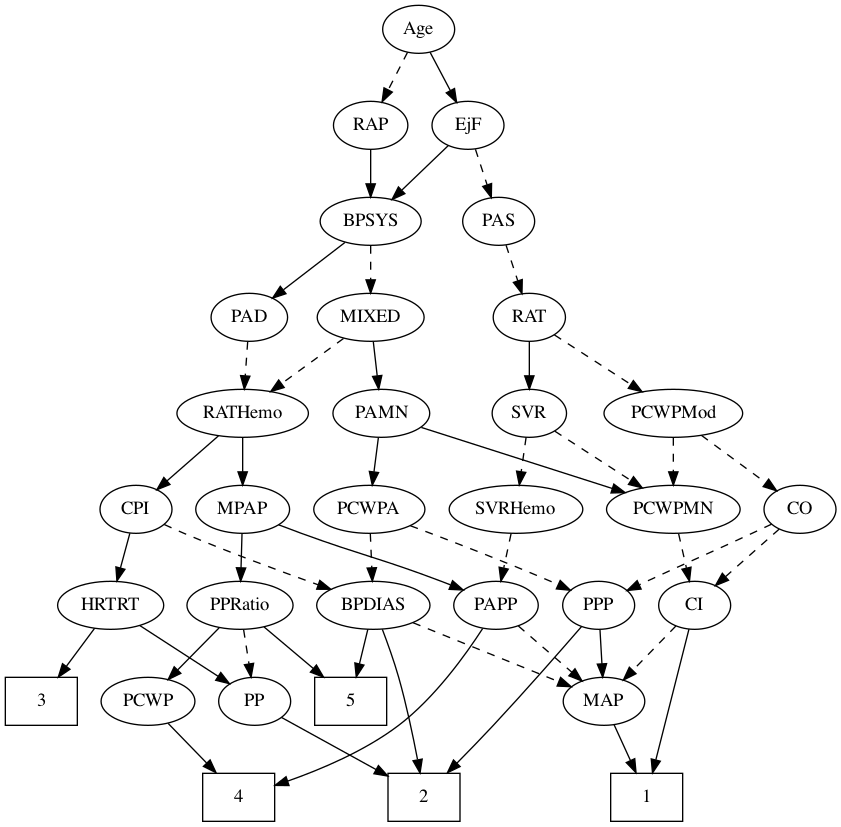
Before: TreeFiles/TreeTraining/tree3v0.png, a diagram exported from Graphviz (jozieLamp/CARNA). Its source is kept beside it as TreeFiles/TreeTraining/tree3v0.dot.
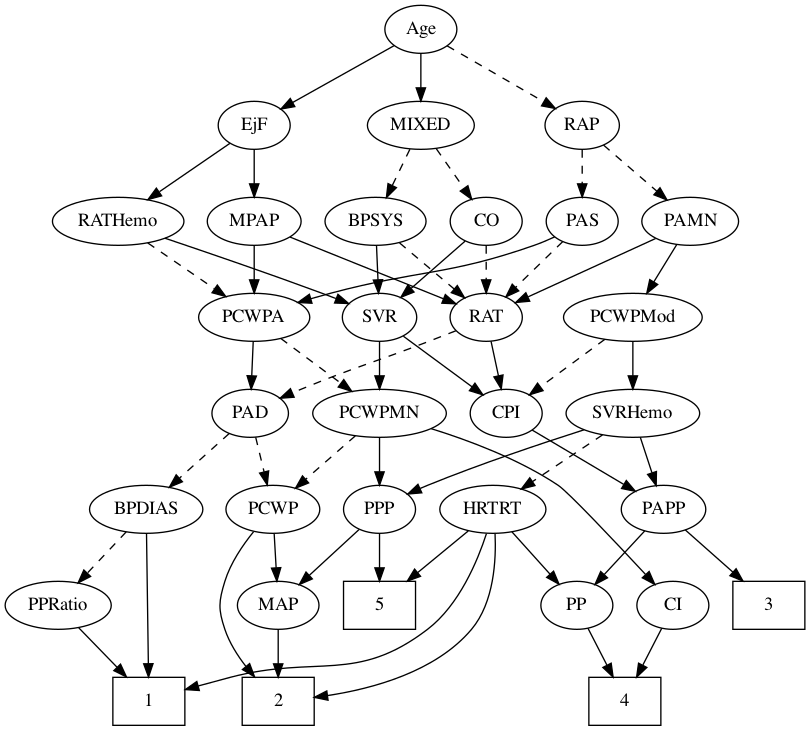
The same file after the commit.

Diff of the diagram source:
```diff
@@ -1,203 +1,217 @@
 strict digraph {
-	graph [bb="0,0,623,612"];
+	graph [bb="0,0,599.65,540"];
 	node [label="\N"];
 	1	[height=0.5,
-		pos="481,18",
+		pos="107.65,18",
 		shape=box,
 		width=0.75];
 	2	[height=0.5,
-		pos="314,18",
+		pos="204.65,18",
 		shape=box,
 		width=0.75];
 	3	[height=0.5,
-		pos="27,90",
+		pos="572.65,90",
 		shape=box,
 		width=0.75];
 	4	[height=0.5,
-		pos="175,18",
+		pos="464.65,18",
 		shape=box,
 		width=0.75];
 	5	[height=0.5,
-		pos="259,90",
+		pos="280.65,90",
 		shape=box,
 		width=0.75];
 	Age	[height=0.5,
-		pos="310,594",
+		pos="311.65,522",
 		width=0.75];
 	EjF	[height=0.5,
-		pos="347,522",
+		pos="186.65,450",
 		width=0.75];
-	Age -> EjF	[pos="e,338.46,539.15 318.58,576.76 323.06,568.28 328.65,557.71 333.68,548.2",
+	Age -> EjF	[pos="e,206.68,462.22 291.56,509.75 270.97,498.22 238.75,480.18 215.44,467.12",
 		style=solid];
 	RAP	[height=0.5,
-		pos="274,522",
+		pos="432.65,450",
 		width=0.77632];
-	Age -> RAP	[pos="e,282.55,539.63 301.65,576.76 297.35,568.4 292.01,558.02 287.17,548.61",
+	Age -> RAP	[pos="e,412.54,462.63 331.36,509.6 351.01,498.22 381.43,480.63 403.8,467.69",
+		style=dashed];
+	MIXED	[height=0.5,
+		pos="311.65,450",
+		width=1.1193];
+	Age -> MIXED	[pos="e,311.65,468.1 311.65,503.7 311.65,495.98 311.65,486.71 311.65,478.11",
+		style=solid];
+	MPAP	[height=0.5,
+		pos="186.65,378",
+		width=0.97491];
+	EjF -> MPAP	[pos="e,186.65,396.1 186.65,431.7 186.65,423.98 186.65,414.71 186.65,406.11",
+		style=solid];
+	RATHemo	[height=0.5,
+		pos="84.646,378",
+		width=1.3721];
+	EjF -> RATHemo	[pos="e,107,394.34 168.41,436.49 153.77,426.44 132.89,412.11 115.63,400.27",
+		style=solid];
+	PAS	[height=0.5,
+		pos="432.65,378",
+		width=0.75];
+	RAP -> PAS	[pos="e,432.65,396.1 432.65,431.7 432.65,423.98 432.65,414.71 432.65,406.11",
+		style=dashed];
+	PAMN	[height=0.5,
+		pos="513.65,378",
+		width=1.011];
+	RAP -> PAMN	[pos="e,496.27,394.01 448.65,435.17 460.03,425.34 475.54,411.93 488.55,400.69",
 		style=dashed];
 	BPSYS	[height=0.5,
-		pos="274,450",
+		pos="277.65,378",
 		width=1.0471];
-	EjF -> BPSYS	[pos="e,290.02,466.36 332.23,506.83 322.28,497.29 308.94,484.5 297.53,473.57",
-		style=solid];
-	PAS	[height=0.5,
-		pos="370,450",
-		width=0.75];
-	EjF -> PAS	[pos="e,364.48,467.79 352.57,504.05 355.2,496.06 358.39,486.33 361.33,477.4",
-		style=dashed];
-	RAP -> BPSYS	[pos="e,274,468.1 274,503.7 274,495.98 274,486.71 274,478.11",
-		style=solid];
-	MIXED	[height=0.5,
-		pos="274,378",
-		width=1.1193];
-	PAMN	[height=0.5,
-		pos="282,306",
-		width=1.011];
-	MIXED -> PAMN	[pos="e,280.05,324.1 275.98,359.7 276.86,351.98 277.92,342.71 278.9,334.11",
-		style=solid];
-	RATHemo	[height=0.5,
-		pos="178,306",
-		width=1.3721];
-	MIXED -> RATHemo	[pos="e,198.99,322.31 253.64,362.15 240.21,352.36 222.39,339.37 207.42,328.45",
-		style=dashed];
-	MPAP	[height=0.5,
-		pos="178,234",
-		width=0.97491];
-	PPRatio	[height=0.5,
-		pos="176,162",
-		width=1.1013];
-	MPAP -> PPRatio	[pos="e,176.49,180.1 177.51,215.7 177.29,207.98 177.02,198.71 176.77,190.11",
-		style=solid];
-	PAPP	[height=0.5,
-		pos="368,162",
-		width=0.88464];
-	MPAP -> PAPP	[pos="e,343.38,173.5 204.93,222.41 210.56,220.25 216.46,218.02 222,216 268.35,199.11 280.86,197.46 327,180 329.25,179.15 331.56,178.25 \
-333.88,177.33",
-		style=solid];
-	BPSYS -> MIXED	[pos="e,274,396.1 274,431.7 274,423.98 274,414.71 274,406.11",
-		style=dashed];
-	PAD	[height=0.5,
-		pos="183,378",
-		width=0.79437];
-	BPSYS -> PAD	[pos="e,200.42,392.4 254.7,434.15 241.27,423.82 223.21,409.93 208.58,398.68",
-		style=solid];
-	PAD -> RATHemo	[pos="e,179.22,324.1 181.76,359.7 181.21,351.98 180.55,342.71 179.94,334.11",
+	MIXED -> BPSYS	[pos="e,285.8,395.79 303.42,432.05 299.45,423.89 294.6,413.91 290.19,404.82",
 		style=dashed];
 	CO	[height=0.5,
-		pos="596,234",
+		pos="360.65,378",
 		width=0.75];
+	MIXED -> CO	[pos="e,349.79,394.51 323.26,432.41 329.41,423.62 337.08,412.66 343.87,402.96",
+		style=dashed];
+	RAT	[height=0.5,
+		pos="360.65,306",
+		width=0.75827];
+	MPAP -> RAT	[pos="e,337.97,316.12 213.45,366.22 244.38,353.77 295.22,333.32 328.31,320.01",
+		style=solid];
+	PCWPA	[height=0.5,
+		pos="186.65,306",
+		width=1.1555];
+	MPAP -> PCWPA	[pos="e,186.65,324.1 186.65,359.7 186.65,351.98 186.65,342.71 186.65,334.11",
+		style=solid];
+	BPSYS -> RAT	[pos="e,344.36,320.74 295.66,361.81 307.66,351.69 323.57,338.27 336.65,327.24",
+		style=dashed];
+	SVR	[height=0.5,
+		pos="280.65,306",
+		width=0.77632];
+	BPSYS -> SVR	[pos="e,279.91,324.1 278.39,359.7 278.72,351.98 279.12,342.71 279.48,334.11",
+		style=solid];
+	PAD	[height=0.5,
+		pos="183.65,234",
+		width=0.79437];
+	BPDIAS	[height=0.5,
+		pos="105.65,162",
+		width=1.1735];
+	PAD -> BPDIAS	[pos="e,123.04,178.61 167.86,218.83 157.2,209.27 142.9,196.43 130.69,185.48",
+		style=dashed];
+	PCWP	[height=0.5,
+		pos="200.65,162",
+		width=0.97491];
+	PAD -> PCWP	[pos="e,196.45,180.28 187.76,216.05 189.65,208.26 191.95,198.82 194.07,190.08",
+		style=dashed];
+	CO -> RAT	[pos="e,360.65,324.1 360.65,359.7 360.65,351.98 360.65,342.71 360.65,334.11",
+		style=dashed];
+	CO -> SVR	[pos="e,296.69,321.04 344.84,363.17 333.3,353.07 317.46,339.21 304.4,327.79",
+		style=solid];
+	PAS -> RAT	[pos="e,375.44,321.38 418.08,362.83 407.9,352.94 394.12,339.55 382.62,328.36",
+		style=dashed];
+	PAS -> PCWPA	[pos="e,219.41,317.13 412.02,366.35 407.07,364.05 401.74,361.78 396.65,360 330.7,336.96 311.15,341.99 243.65,324 238.97,322.75 234.09,\
+321.39 229.24,320",
+		style=solid];
+	PAMN -> RAT	[pos="e,382.75,317.11 487.69,365.13 461.3,353.05 420.39,334.34 392.16,321.42",
+		style=solid];
+	PCWPMod	[height=0.5,
+		pos="470.65,306",
+		width=1.4443];
+	PAMN -> PCWPMod	[pos="e,481.06,323.96 503.46,360.41 498.34,352.08 492.02,341.8 486.3,332.49",
+		style=solid];
+	RATHemo -> SVR	[pos="e,257.51,316.36 119.74,365.32 150.85,354.86 197.45,338.9 237.65,324 240.98,322.76 244.46,321.44 247.91,320.11",
+		style=solid];
+	RATHemo -> PCWPA	[pos="e,165.26,321.68 106.78,361.81 121.41,351.77 140.77,338.48 156.77,327.5",
+		style=dashed];
+	CPI	[height=0.5,
+		pos="375.65,234",
+		width=0.75];
+	PAPP	[height=0.5,
+		pos="493.65,162",
+		width=0.88464];
+	CPI -> PAPP	[pos="e,472.54,175.52 395.13,221.44 413.8,210.36 442.25,193.49 463.78,180.72",
+		style=solid];
+	RAT -> PAD	[pos="e,206.05,245.3 337.91,295.93 331.38,293.34 324.24,290.54 317.65,288 275.12,271.62 263.8,269.31 221.65,252 219.58,251.15 217.46,250.26 \
+215.33,249.35",
+		style=dashed];
+	RAT -> CPI	[pos="e,371.94,252.28 364.28,288.05 365.95,280.26 367.97,270.82 369.84,262.08",
+		style=solid];
+	SVR -> CPI	[pos="e,358.18,247.87 298.52,291.83 313.07,281.11 333.81,265.83 350.11,253.82",
+		style=solid];
+	PCWPMN	[height=0.5,
+		pos="280.65,234",
+		width=1.3902];
+	SVR -> PCWPMN	[pos="e,280.65,252.1 280.65,287.7 280.65,279.98 280.65,270.71 280.65,262.11",
+		style=solid];
+	PCWPMod -> CPI	[pos="e,393.17,247.91 449.56,289.46 435.4,279.03 416.64,265.2 401.56,254.09",
+		style=dashed];
+	SVRHemo	[height=0.5,
+		pos="470.65,234",
+		width=1.3902];
+	PCWPMod -> SVRHemo	[pos="e,470.65,252.1 470.65,287.7 470.65,279.98 470.65,270.71 470.65,262.11",
+		style=solid];
+	PCWPA -> PAD	[pos="e,184.38,252.1 185.9,287.7 185.57,279.98 185.18,270.71 184.81,262.11",
+		style=solid];
+	PCWPA -> PCWPMN	[pos="e,259.76,250.55 206.58,290.15 219.65,280.43 236.94,267.54 251.54,256.68",
+		style=dashed];
 	PPP	[height=0.5,
-		pos="445,162",
+		pos="280.65,162",
 		width=0.75];
-	CO -> PPP	[pos="e,466.3,173.12 574.7,222.88 569.87,220.61 564.77,218.21 560,216 525,199.76 516,196.24 481,180 479.21,179.17 477.38,178.32 475.53,\
-177.45",
+	PCWPMN -> PPP	[pos="e,280.65,180.1 280.65,215.7 280.65,207.98 280.65,198.71 280.65,190.11",
+		style=solid];
+	PCWPMN -> PCWP	[pos="e,217.63,177.86 262.49,217.12 251.45,207.45 237.2,194.99 225.17,184.46",
 		style=dashed];
 	CI	[height=0.5,
-		pos="517,162",
+		pos="500.65,90",
 		width=0.75];
-	CO -> CI	[pos="e,532.58,176.8 580.39,219.17 568.92,209.01 553.15,195.03 540.21,183.56",
+	PCWPMN -> CI	[pos="e,487.09,105.69 319.43,222.49 347.39,213.8 385.22,199.68 414.65,180 422.18,174.96 457.15,137.9 480.11,113.22",
+		style=solid];
+	SVRHemo -> PPP	[pos="e,301.8,173.46 434.14,221.68 402.67,211.64 356.2,196.09 316.65,180 314.82,179.26 312.96,178.47 311.08,177.66",
+		style=solid];
+	SVRHemo -> PAPP	[pos="e,488.13,179.79 476.21,216.05 478.84,208.06 482.04,198.33 484.97,189.4",
+		style=solid];
+	HRTRT	[height=0.5,
+		pos="365.65,162",
+		width=1.1013];
+	SVRHemo -> HRTRT	[pos="e,386.95,177.21 447.86,217.81 432.45,207.54 411.95,193.87 395.28,182.75",
 		style=dashed];
-	RAT	[height=0.5,
-		pos="393,378",
-		width=0.75827];
-	PAS -> RAT	[pos="e,387.48,395.79 375.57,432.05 378.2,424.06 381.39,414.33 384.33,405.4",
+	BPDIAS -> 1	[pos="e,107.4,36.189 105.89,143.87 106.23,119.67 106.85,75.211 107.26,46.393",
+		style=solid];
+	PPRatio	[height=0.5,
+		pos="39.646,90",
+		width=1.1013];
+	BPDIAS -> PPRatio	[pos="e,54.564,106.82 90.67,145.12 82.063,135.99 71.096,124.36 61.537,114.22",
 		style=dashed];
-	PCWPA	[height=0.5,
-		pos="273,234",
-		width=1.1555];
-	PAMN -> PCWPA	[pos="e,275.2,252.1 279.78,287.7 278.78,279.98 277.59,270.71 276.49,262.11",
-		style=solid];
-	PCWPMN	[height=0.5,
-		pos="501,234",
-		width=1.3902];
-	PAMN -> PCWPMN	[pos="e,464.83,246.56 311.99,295.41 348.94,283.6 412.1,263.41 455.15,249.65",
-		style=solid];
-	RATHemo -> MPAP	[pos="e,178,252.1 178,287.7 178,279.98 178,270.71 178,262.11",
-		style=solid];
-	CPI	[height=0.5,
-		pos="98,234",
-		width=0.75];
-	RATHemo -> CPI	[pos="e,113.65,248.7 159.85,289.12 148.43,279.12 133.58,266.13 121.29,255.38",
-		style=solid];
-	BPDIAS	[height=0.5,
-		pos="276,162",
-		width=1.1735];
-	CPI -> BPDIAS	[pos="e,244.12,174.04 119.19,222.63 124.02,220.37 129.16,218.04 134,216 167.4,201.91 205.97,187.64 234.48,177.46",
-		style=dashed];
-	HRTRT	[height=0.5,
-		pos="79,162",
-		width=1.1013];
-	CPI -> HRTRT	[pos="e,83.689,180.28 93.401,216.05 91.285,208.26 88.723,198.82 86.35,190.08",
-		style=solid];
-	SVR	[height=0.5,
-		pos="393,306",
-		width=0.77632];
-	RAT -> SVR	[pos="e,393,324.1 393,359.7 393,351.98 393,342.71 393,334.11",
-		style=solid];
-	PCWPMod	[height=0.5,
-		pos="501,306",
-		width=1.4443];
-	RAT -> PCWPMod	[pos="e,477.51,322.23 411.81,364.81 427.57,354.59 450.4,339.79 469.02,327.73",
-		style=dashed];
-	SVR -> PCWPMN	[pos="e,477.62,250.16 412.06,292.65 427.85,282.41 450.62,267.66 469.17,255.63",
-		style=dashed];
-	SVRHemo	[height=0.5,
-		pos="383,234",
-		width=1.3902];
-	SVR -> SVRHemo	[pos="e,385.47,252.28 390.58,288.05 389.48,280.35 388.15,271.03 386.91,262.36",
-		style=dashed];
-	PCWPMod -> CO	[pos="e,578.48,247.91 522.08,289.46 536.25,279.03 555.01,265.2 570.09,254.09",
-		style=dashed];
-	PCWPMod -> PCWPMN	[pos="e,501,252.1 501,287.7 501,279.98 501,270.71 501,262.11",
-		style=dashed];
-	PCWPA -> BPDIAS	[pos="e,275.27,180.1 273.74,215.7 274.07,207.98 274.47,198.71 274.84,190.11",
-		style=dashed];
-	PCWPA -> PPP	[pos="e,423.79,173.31 303.76,221.71 331.49,211.37 373.27,195.38 409,180 410.81,179.22 412.66,178.41 414.53,177.57",
-		style=dashed];
-	PCWPMN -> CI	[pos="e,513.09,180.1 504.96,215.7 506.72,207.98 508.84,198.71 510.8,190.11",
-		style=dashed];
-	SVRHemo -> PAPP	[pos="e,371.67,180.1 379.29,215.7 377.64,207.98 375.65,198.71 373.81,190.11",
-		style=dashed];
-	BPDIAS -> 2	[pos="e,311.03,36.229 282.75,144 286.68,133.7 291.52,120.22 295,108 300.8,87.613 305.74,64.152 309.13,46.438",
-		style=solid];
-	BPDIAS -> 5	[pos="e,263.2,108.28 271.88,144.05 269.99,136.26 267.7,126.82 265.58,118.08",
-		style=solid];
 	MAP	[height=0.5,
-		pos="449,90",
+		pos="204.65,90",
 		width=0.84854];
-	BPDIAS -> MAP	[pos="e,424.4,100.95 305.74,148.97 336.12,136.67 383.22,117.61 415.05,104.74",
-		style=dashed];
-	MAP -> 1	[pos="e,473.02,36.447 456.58,72.411 460.22,64.454 464.67,54.722 468.77,45.756",
+	MAP -> 2	[pos="e,204.65,36.104 204.65,71.697 204.65,63.983 204.65,54.712 204.65,46.112",
 		style=solid];
 	PP	[height=0.5,
-		pos="187,90",
+		pos="428.65,90",
 		width=0.75];
-	PP -> 2	[pos="e,286.88,33.948 207.12,77.908 226.14,67.426 255.1,51.463 278.08,38.797",
+	PP -> 4	[pos="e,455.84,36.124 437,72.765 441.19,64.611 446.37,54.529 451.12,45.307",
 		style=solid];
-	PPP -> 2	[pos="e,331.56,36.453 432.08,145.99 416.62,128.14 389.82,97.526 366,72 357.2,62.576 347.35,52.427 338.6,43.558",
+	PPP -> 5	[pos="e,280.65,108.1 280.65,143.7 280.65,135.98 280.65,126.71 280.65,118.11",
 		style=solid];
-	PPP -> MAP	[pos="e,448.02,108.1 445.99,143.7 446.43,135.98 446.96,126.71 447.45,118.11",
+	PPP -> MAP	[pos="e,220.53,105.63 265.27,146.83 254.59,137 240.17,123.72 228.08,112.58",
 		style=solid];
-	PPRatio -> 5	[pos="e,238.69,108.13 194.01,145.81 204.8,136.71 218.76,124.94 230.97,114.64",
+	PPRatio -> 1	[pos="e,90.848,36.292 55.077,73.116 63.57,64.373 74.294,53.334 83.837,43.51",
 		style=solid];
-	PPRatio -> PP	[pos="e,184.31,108.1 178.72,143.7 179.93,135.98 181.39,126.71 182.74,118.11",
-		style=dashed];
-	PCWP	[height=0.5,
-		pos="107,90",
-		width=0.97491];
-	PPRatio -> PCWP	[pos="e,122.12,106.34 160.34,145.12 151.13,135.77 139.33,123.79 129.17,113.49",
+	PCWP -> 2	[pos="e,186.91,36.401 186.16,145.17 178.11,135.27 168.9,121.82 164.65,108 159.94,92.707 159.56,87.171 164.65,72 168,61.998 174.06,52.376 \
+180.47,44.138",
 		style=solid];
-	PCWP -> 4	[pos="e,158.04,36.461 122.09,73.465 130.57,64.734 141.35,53.635 150.97,43.737",
+	PCWP -> MAP	[pos="e,203.67,108.1 201.64,143.7 202.08,135.98 202.61,126.71 203.1,118.11",
 		style=solid];
-	CI -> 1	[pos="e,485.38,36.268 512.73,144.15 506.59,119.94 495.21,75.054 487.88,46.133",
+	CI -> 4	[pos="e,473.45,36.124 492.3,72.765 488.1,64.611 482.92,54.529 478.18,45.307",
 		style=solid];
-	CI -> MAP	[pos="e,463.54,105.97 502.91,146.5 493.64,136.96 481.33,124.28 470.81,113.46",
-		style=dashed];
-	PAPP -> 4	[pos="e,202.19,26.941 357.98,144.58 345.36,125.06 322.05,92.557 295,72 269.87,52.9 236.77,38.946 211.71,30.165",
+	PAPP -> 3	[pos="e,553.23,108.2 510.02,146.5 520.32,137.36 533.87,125.36 545.73,114.85",
 		style=solid];
-	PAPP -> MAP	[pos="e,432.52,105.25 384.78,146.5 396.37,136.48 411.96,123.01 424.88,111.85",
-		style=dashed];
-	HRTRT -> 3	[pos="e,39.721,108.12 66.939,144.76 60.691,136.35 52.919,125.89 45.895,116.44",
+	PAPP -> PP	[pos="e,442.28,105.68 479.54,145.81 470.65,136.23 459.02,123.7 449.12,113.04",
 		style=solid];
-	HRTRT -> PP	[pos="e,168.06,103.27 100.86,146.83 117.81,135.85 141.4,120.56 159.61,108.75",
+	HRTRT -> 1	[pos="e,134.92,26.81 360.84,143.78 354.26,123.49 340.46,90.22 316.65,72 262.88,30.866 234.15,53.089 168.65,36 160.87,33.971 152.56,31.713 \
+144.65,29.524",
+		style=solid];
+	HRTRT -> 2	[pos="e,231.65,20.977 367.29,143.84 368.21,124.21 366.62,92.187 349.65,72 322.88,40.16 275.27,27.447 241.93,22.371",
+		style=solid];
+	HRTRT -> 5	[pos="e,301.44,108.13 347.2,145.81 336.15,136.71 321.86,124.94 309.35,114.64",
+		style=solid];
+	HRTRT -> PP	[pos="e,415.27,105.86 379.94,145.12 388.39,135.73 399.22,123.7 408.52,113.36",
 		style=solid];
 }
```
